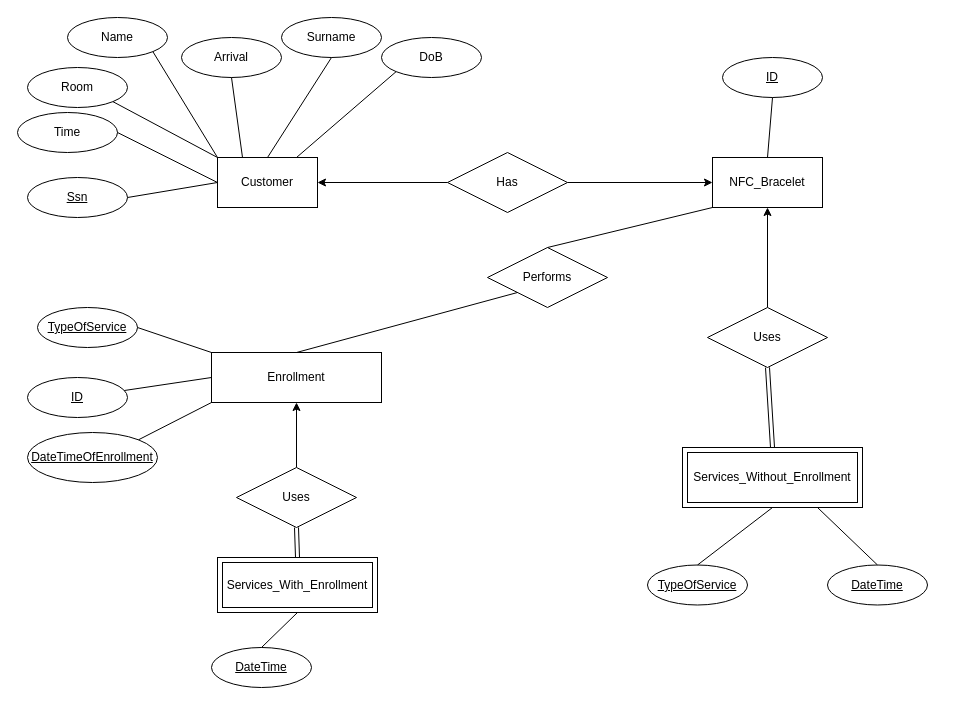
Earlier version of the draw.io diagram Hotel ER.drawio (GiorgosKotsompolis/hello-world). Source tidied: cells renumbered, new cells numbered last; positions are measured from the earlier drawing's top-left corner, leaving out a move shared by most shapes. Both pictures are drawn from the tidied source at 100%, with x=0, y=0 at pixel (17, 17).
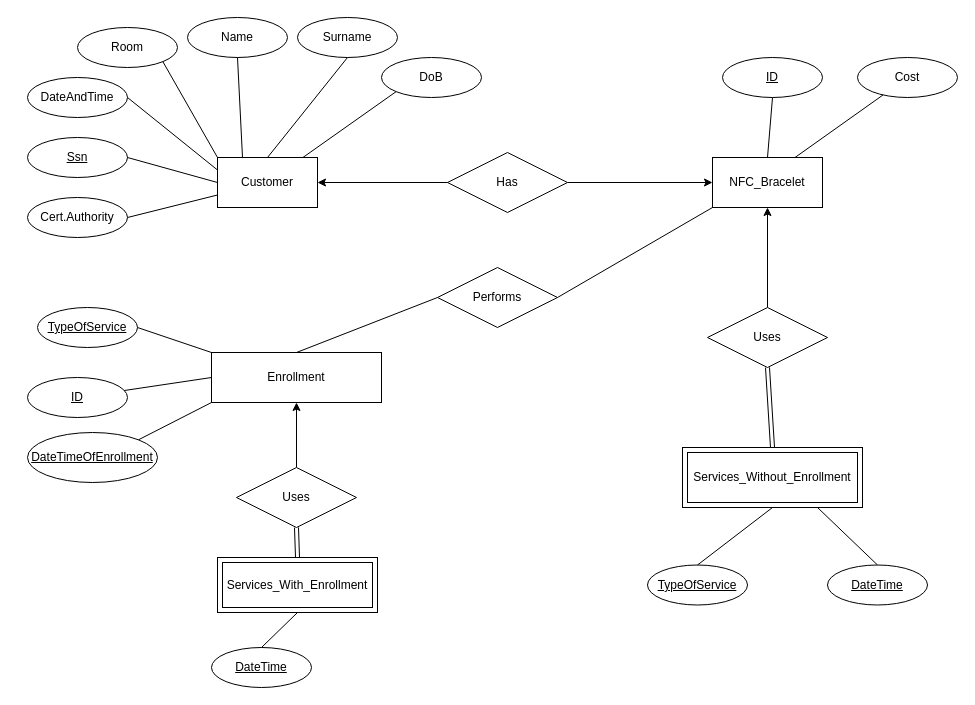
Above is the later version.

The change refers to these unchanged cells:
```xml
<mxCell id="2" value="Customer" style="whiteSpace=wrap;html=1;align=center;" parent="1" vertex="1">
  <mxGeometry x="200" y="140" width="100" height="50" as="geometry" />
</mxCell>
<mxCell id="16" value="NFC_Bracelet" style="whiteSpace=wrap;html=1;align=center;" parent="1" vertex="1">
  <mxGeometry x="695" y="140" width="110" height="50" as="geometry" />
</mxCell>
<mxCell id="19" value="Enrollment" style="whiteSpace=wrap;html=1;align=center;" parent="1" vertex="1">
  <mxGeometry x="194" y="335" width="170" height="50" as="geometry" />
</mxCell>
```

Diff of the diagram source:
```diff
@@
     <mxCell id="3" value="Room" style="ellipse;whiteSpace=wrap;html=1;align=center;" parent="1" vertex="1">
-      <mxGeometry x="10" y="50" width="100" height="40" as="geometry" />
+      <mxGeometry x="60" y="10" width="100" height="40" as="geometry" />
     </mxCell>
     <mxCell id="4" value="DoB" style="ellipse;whiteSpace=wrap;html=1;align=center;" parent="1" vertex="1">
-      <mxGeometry x="364" y="20" width="100" height="40" as="geometry" />
+      <mxGeometry x="364" y="40" width="100" height="40" as="geometry" />
     </mxCell>
     <mxCell id="5" value="Surname" style="ellipse;whiteSpace=wrap;html=1;align=center;" parent="1" vertex="1">
-      <mxGeometry x="264" width="100" height="40" as="geometry" />
+      <mxGeometry x="280" width="100" height="40" as="geometry" />
     </mxCell>
     <mxCell id="6" value="Name" style="ellipse;whiteSpace=wrap;html=1;align=center;" parent="1" vertex="1">
-      <mxGeometry x="50" width="100" height="40" as="geometry" />
+      <mxGeometry x="170" width="100" height="40" as="geometry" />
     </mxCell>
-    <mxCell id="7" value="Arrival" style="ellipse;whiteSpace=wrap;html=1;align=center;" parent="1" vertex="1">
-      <mxGeometry x="164" y="20" width="100" height="40" as="geometry" />
-    </mxCell>
-    <mxCell id="8" value="Time" style="ellipse;whiteSpace=wrap;html=1;align=center;" parent="1" vertex="1">
-      <mxGeometry y="95" width="100" height="40" as="geometry" />
+    <mxCell id="8" value="DateAndTime" style="ellipse;whiteSpace=wrap;html=1;align=center;" parent="1" vertex="1">
+      <mxGeometry x="10" y="60" width="100" height="40" as="geometry" />
     </mxCell>
-    <mxCell id="9" style="endArrow=none;html=1;rounded=0;entryX=0;entryY=0;entryDx=0;entryDy=0;exitX=1;exitY=1;exitDx=0;exitDy=0;" parent="1" edge="1" source="6" target="2">
+    <mxCell id="9" style="endArrow=none;html=1;rounded=0;entryX=0.25;entryY=0;entryDx=0;entryDy=0;exitX=0.5;exitY=1;exitDx=0;exitDy=0;startArrow=none;" parent="1" edge="1" source="6" target="2">
       <mxGeometry relative="1" as="geometry" />
     </mxCell>
@@
-    <mxCell id="12" style="endArrow=none;html=1;rounded=0;exitX=0.5;exitY=1;exitDx=0;exitDy=0;entryX=0.25;entryY=0;entryDx=0;entryDy=0;" parent="1" edge="1" source="7" target="2">
-      <mxGeometry relative="1" as="geometry" />
-    </mxCell>
@@
     <mxCell id="20" value="Performs" style="shape=rhombus;perimeter=rhombusPerimeter;whiteSpace=wrap;html=1;align=center;" parent="1" vertex="1">
-      <mxGeometry x="470" y="230" width="120" height="60" as="geometry" />
+      <mxGeometry x="420" y="250" width="120" height="60" as="geometry" />
     </mxCell>
-    <mxCell id="21" style="endArrow=none;html=1;rounded=0;exitX=1;exitY=0.5;exitDx=0;exitDy=0;entryX=0;entryY=0.5;entryDx=0;entryDy=0;" parent="1" edge="1" source="8" target="2">
+    <mxCell id="21" style="endArrow=none;html=1;rounded=0;exitX=1;exitY=0.5;exitDx=0;exitDy=0;entryX=0;entryY=0.25;entryDx=0;entryDy=0;" parent="1" edge="1" source="8" target="2">
       <mxGeometry relative="1" as="geometry" />
     </mxCell>
@@
     <mxCell id="23" value="Ssn" style="ellipse;whiteSpace=wrap;html=1;align=center;fontStyle=4;" parent="1" vertex="1">
-      <mxGeometry x="10" y="160" width="100" height="40" as="geometry" />
+      <mxGeometry x="10" y="120" width="100" height="40" as="geometry" />
     </mxCell>
@@
-    <mxCell id="27" style="endArrow=none;html=1;rounded=0;exitX=0;exitY=1;exitDx=0;exitDy=0;entryX=0.5;entryY=0;entryDx=0;entryDy=0;" parent="1" edge="1" source="20" target="19">
+    <mxCell id="27" style="endArrow=none;html=1;rounded=0;exitX=0;exitY=0.5;exitDx=0;exitDy=0;entryX=0.5;entryY=0;entryDx=0;entryDy=0;" parent="1" edge="1" source="20" target="19">
       <mxGeometry relative="1" as="geometry" />
     </mxCell>
@@
-    <mxCell id="38" style="endArrow=none;html=1;rounded=0;entryX=0;entryY=1;entryDx=0;entryDy=0;exitX=0.5;exitY=0;exitDx=0;exitDy=0;" parent="1" edge="1" source="20" target="16">
+    <mxCell id="38" style="endArrow=none;html=1;rounded=0;entryX=0;entryY=1;entryDx=0;entryDy=0;exitX=1;exitY=0.5;exitDx=0;exitDy=0;" parent="1" edge="1" source="20" target="16">
       <mxGeometry relative="1" as="geometry" />
     </mxCell>
@@
+    <mxCell id="7" value="Cert.Authority" style="ellipse;whiteSpace=wrap;html=1;align=center;" parent="1" vertex="1">
+      <mxGeometry x="10" y="180" width="100" height="40" as="geometry" />
+    </mxCell>
+    <mxCell id="48" style="endArrow=none;html=1;rounded=0;exitX=0;exitY=0.75;exitDx=0;exitDy=0;entryX=1;entryY=0.5;entryDx=0;entryDy=0;" parent="1" edge="1" source="2" target="7">
+      <mxGeometry relative="1" as="geometry" />
+    </mxCell>
+    <mxCell id="49" style="endArrow=none;html=1;rounded=0;exitX=0.75;exitY=0;exitDx=0;exitDy=0;" parent="1" edge="1" source="16" target="50">
+      <mxGeometry relative="1" as="geometry" />
+    </mxCell>
+    <mxCell id="50" value="Cost" style="ellipse;whiteSpace=wrap;html=1;align=center;" parent="1" vertex="1">
+      <mxGeometry x="840" y="40" width="100" height="40" as="geometry" />
+    </mxCell>
```
